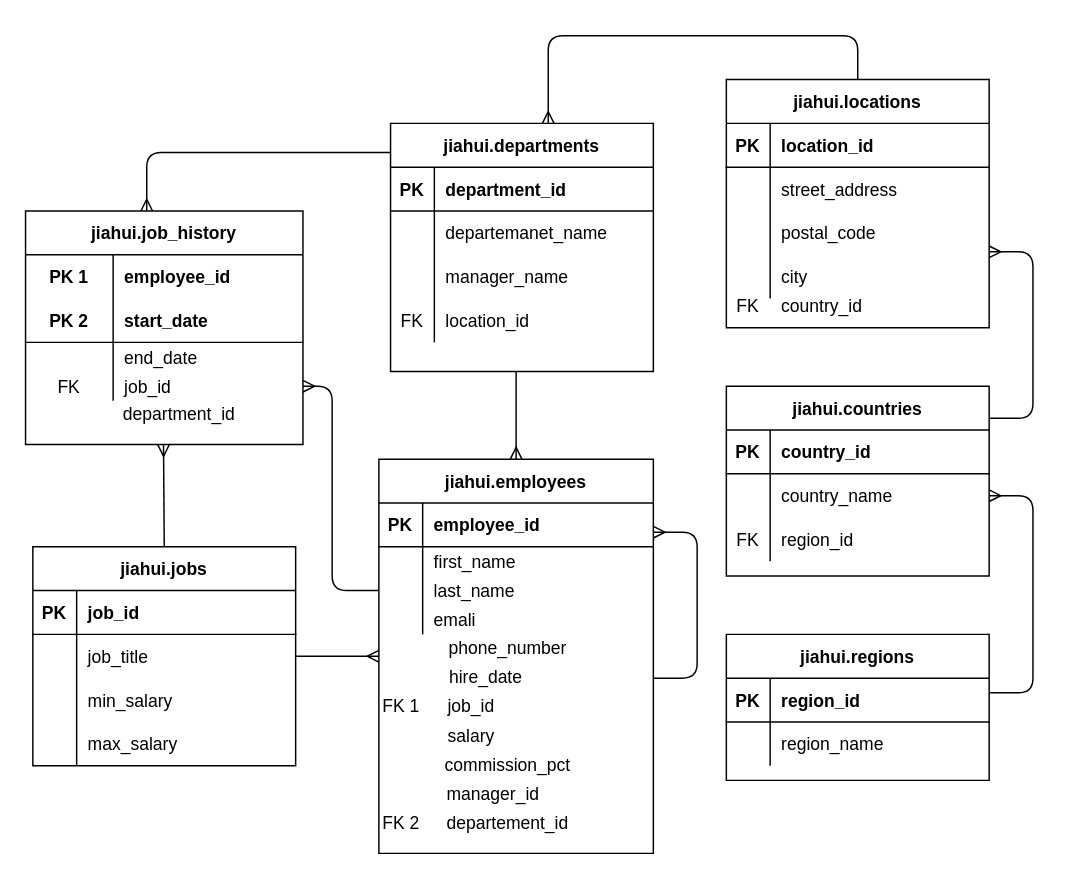
gracexia02/Assignment7_ERDs-with-draw.io keeps this draw.io diagram as Finished HR_ERD .drawio. Above is the earlier version. Source tidied: cells renumbered, new cells numbered last; positions are measured from the earlier drawing's top-left corner, leaving out a move shared by most shapes. Both pictures are drawn from the tidied source at 146%, with x=0, y=0 at pixel (25, 6).
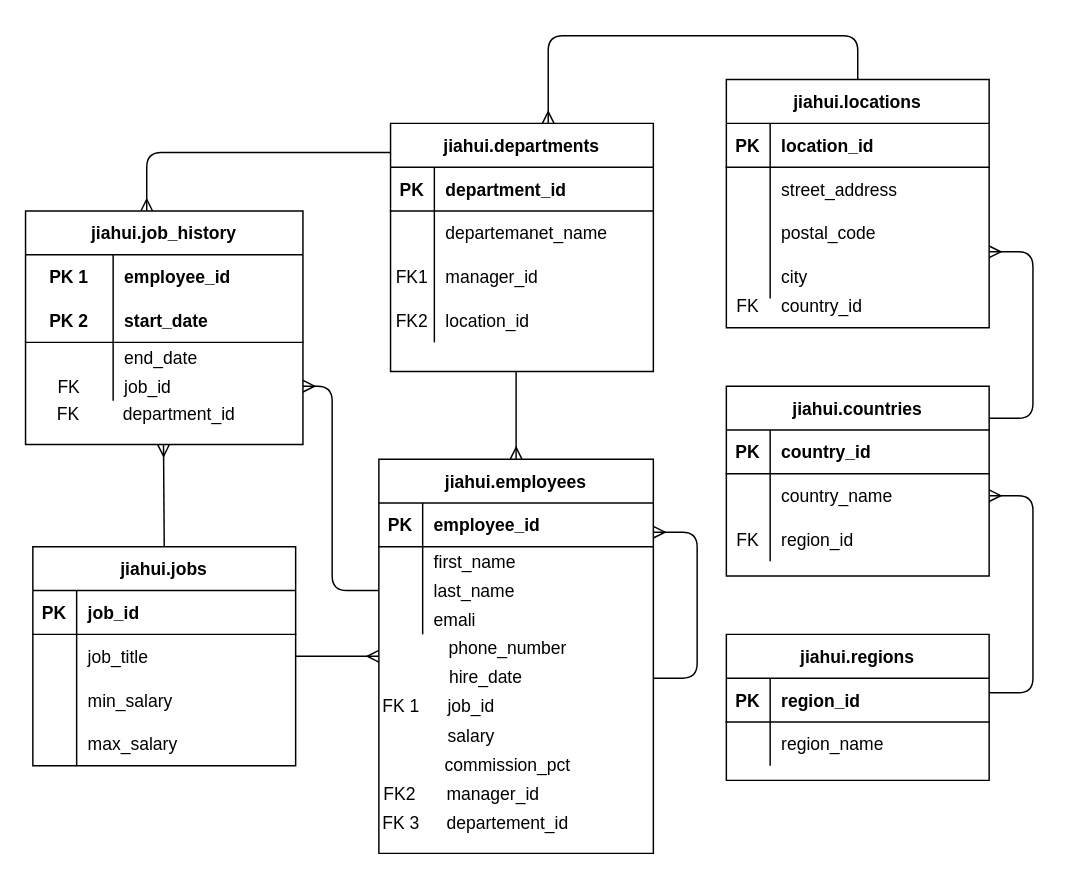
Above is the later version.

The change refers to these unchanged cells:
```xml
<mxCell id="54" style="shape=partialRectangle;fillColor=none;top=0;left=0;bottom=0;right=0;" parent="47" vertex="1">
  <mxGeometry y="90" width="180" height="30" as="geometry" />
</mxCell>
<mxCell id="57" style="shape=partialRectangle;fillColor=none;top=0;left=0;bottom=0;right=0;" parent="47" vertex="1">
  <mxGeometry y="120" width="180" height="30" as="geometry" />
</mxCell>
```

What changed in the source:
```diff
@@
-    <mxCell id="55" style="shape=partialRectangle;fillColor=none;top=0;left=0;bottom=0;right=0;overflow=hidden;" parent="54" vertex="1">
+    <mxCell id="55" value="FK1" style="shape=partialRectangle;fillColor=none;top=0;left=0;bottom=0;right=0;overflow=hidden;" parent="54" vertex="1">
       <mxGeometry width="30" height="30" as="geometry" />
     </mxCell>
-    <mxCell id="56" value="manager_name" style="shape=partialRectangle;fillColor=none;top=0;left=0;bottom=0;right=0;align=left;spacingLeft=6;overflow=hidden;" parent="54" vertex="1">
+    <mxCell id="56" value="manager_id" style="shape=partialRectangle;fillColor=none;top=0;left=0;bottom=0;right=0;align=left;spacingLeft=6;overflow=hidden;" parent="54" vertex="1">
       <mxGeometry x="30" width="150" height="30" as="geometry" />
     </mxCell>
@@
-    <mxCell id="58" value="FK" style="shape=partialRectangle;fillColor=none;top=0;left=0;bottom=0;right=0;overflow=hidden;" parent="57" vertex="1">
+    <mxCell id="58" value="FK2" style="shape=partialRectangle;fillColor=none;top=0;left=0;bottom=0;right=0;overflow=hidden;" parent="57" vertex="1">
       <mxGeometry width="30" height="30" as="geometry" />
     </mxCell>
@@
-    <mxCell id="105" value="FK 2" style="text;html=1;align=center;verticalAlign=middle;fontFamily=Helvetica;fontColor=#000000;" parent="1" vertex="1">
+    <mxCell id="105" value="FK 3" style="text;html=1;align=center;verticalAlign=middle;fontFamily=Helvetica;fontColor=#000000;" parent="1" vertex="1">
       <mxGeometry x="237" y="550" width="40" height="20" as="geometry" />
     </mxCell>
+    <mxCell id="106" value="FK" style="text;html=1;align=center;verticalAlign=middle;" parent="1" vertex="1">
+      <mxGeometry x="14" y="270" width="30" height="20" as="geometry" />
+    </mxCell>
+    <mxCell id="107" value="FK2" style="text;html=1;align=center;verticalAlign=middle;" parent="1" vertex="1">
+      <mxGeometry x="236" y="530" width="40" height="20" as="geometry" />
+    </mxCell>
```
